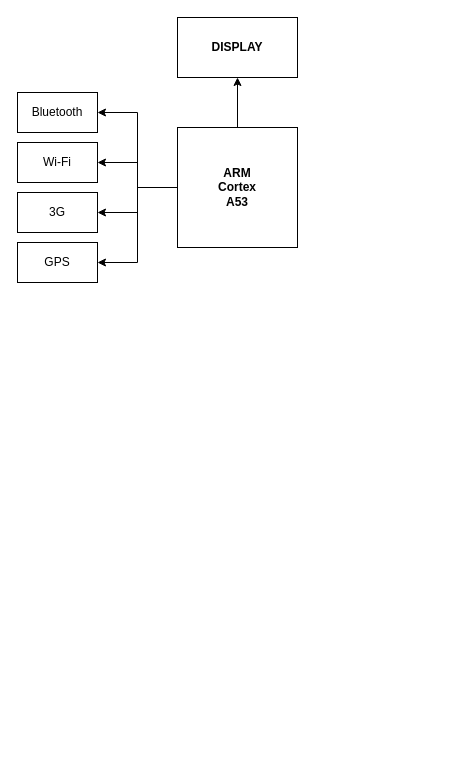
The draw.io diagram IVI.drawio in techvitamins/developer, before the edit. Source tidied: cells renumbered, new cells numbered last; positions are measured from the earlier drawing's top-left corner, leaving out a move shared by most shapes. Both pictures are drawn from the tidied source at 100%, with x=0, y=0 at pixel (17, 17).
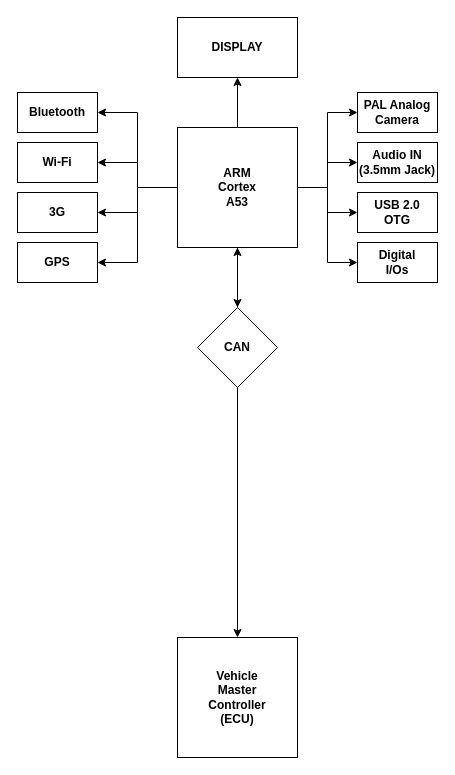
The same diagram, later.

Unchanged cells that the change refers to:
```xml
<mxCell id="7" value="&lt;b&gt;ARM&lt;br&gt;Cortex&lt;br&gt;A53&lt;/b&gt;" style="whiteSpace=wrap;html=1;" parent="1" vertex="1">
  <mxGeometry x="160" y="110" width="120" height="120" as="geometry" />
</mxCell>
```

Change to the diagram source:
```diff
@@
+    <mxCell id="13" style="edgeStyle=orthogonalEdgeStyle;rounded=0;jettySize=auto;html=1;entryX=0;entryY=0.5;entryDx=0;entryDy=0;" parent="1" edge="1" source="7" target="18">
+      <mxGeometry relative="1" as="geometry" />
+    </mxCell>
+    <mxCell id="14" style="edgeStyle=orthogonalEdgeStyle;rounded=0;jettySize=auto;html=1;entryX=0;entryY=0.5;entryDx=0;entryDy=0;" parent="1" edge="1" source="7" target="19">
+      <mxGeometry relative="1" as="geometry" />
+    </mxCell>
+    <mxCell id="15" style="edgeStyle=orthogonalEdgeStyle;rounded=0;jettySize=auto;html=1;entryX=0;entryY=0.5;entryDx=0;entryDy=0;" parent="1" edge="1" source="7" target="20">
+      <mxGeometry relative="1" as="geometry" />
+    </mxCell>
+    <mxCell id="16" style="edgeStyle=orthogonalEdgeStyle;rounded=0;jettySize=auto;html=1;entryX=0;entryY=0.5;entryDx=0;entryDy=0;" parent="1" edge="1" source="7" target="21">
+      <mxGeometry relative="1" as="geometry" />
+    </mxCell>
+    <mxCell id="17" style="edgeStyle=orthogonalEdgeStyle;rounded=0;jettySize=auto;html=1;exitX=0.5;exitY=1;exitDx=0;exitDy=0;entryX=0.5;entryY=0;entryDx=0;entryDy=0;" parent="1" edge="1" source="7" target="24">
+      <mxGeometry relative="1" as="geometry" />
+    </mxCell>
@@
-    <mxCell id="9" value="Bluetooth" style="rounded=0;whiteSpace=wrap;html=1;" parent="1" vertex="1">
+    <mxCell id="9" value="&lt;b&gt;Bluetooth&lt;/b&gt;" style="rounded=0;whiteSpace=wrap;html=1;" parent="1" vertex="1">
       <mxGeometry y="75" width="80" height="40" as="geometry" />
     </mxCell>
-    <mxCell id="10" value="Wi-Fi" style="rounded=0;whiteSpace=wrap;html=1;" parent="1" vertex="1">
+    <mxCell id="10" value="&lt;b&gt;Wi-Fi&lt;/b&gt;" style="rounded=0;whiteSpace=wrap;html=1;" parent="1" vertex="1">
       <mxGeometry y="125" width="80" height="40" as="geometry" />
     </mxCell>
-    <mxCell id="11" value="3G" style="rounded=0;whiteSpace=wrap;html=1;" parent="1" vertex="1">
+    <mxCell id="11" value="&lt;b&gt;3G&lt;/b&gt;" style="rounded=0;whiteSpace=wrap;html=1;" parent="1" vertex="1">
       <mxGeometry y="175" width="80" height="40" as="geometry" />
     </mxCell>
-    <mxCell id="12" value="GPS" style="rounded=0;whiteSpace=wrap;html=1;" parent="1" vertex="1">
+    <mxCell id="12" value="&lt;b&gt;GPS&lt;/b&gt;" style="rounded=0;whiteSpace=wrap;html=1;" parent="1" vertex="1">
       <mxGeometry y="225" width="80" height="40" as="geometry" />
     </mxCell>
+    <mxCell id="18" value="&lt;b&gt;PAL Analog&lt;br&gt;Camera&lt;/b&gt;" style="rounded=0;whiteSpace=wrap;html=1;" parent="1" vertex="1">
+      <mxGeometry x="340" y="75" width="80" height="40" as="geometry" />
+    </mxCell>
+    <mxCell id="19" value="Audio IN&lt;br&gt;(3.5mm Jack)" style="rounded=0;whiteSpace=wrap;html=1;fontStyle=1;" parent="1" vertex="1">
+      <mxGeometry x="340" y="125" width="80" height="40" as="geometry" />
+    </mxCell>
+    <mxCell id="20" value="USB 2.0&lt;br&gt;OTG" style="rounded=0;whiteSpace=wrap;html=1;fontStyle=1;" parent="1" vertex="1">
+      <mxGeometry x="340" y="175" width="80" height="40" as="geometry" />
+    </mxCell>
+    <mxCell id="21" value="&lt;b&gt;Digital&lt;br&gt;I/Os&lt;/b&gt;" style="rounded=0;whiteSpace=wrap;html=1;" parent="1" vertex="1">
+      <mxGeometry x="340" y="225" width="80" height="40" as="geometry" />
+    </mxCell>
+    <mxCell id="22" style="edgeStyle=orthogonalEdgeStyle;rounded=0;jettySize=auto;html=1;exitX=0.5;exitY=0;exitDx=0;exitDy=0;entryX=0.5;entryY=1;entryDx=0;entryDy=0;" parent="1" edge="1" source="24" target="7">
+      <mxGeometry relative="1" as="geometry" />
+    </mxCell>
+    <mxCell id="23" style="edgeStyle=orthogonalEdgeStyle;rounded=0;jettySize=auto;html=1;entryX=0.5;entryY=0;entryDx=0;entryDy=0;" parent="1" edge="1" source="24" target="25">
+      <mxGeometry relative="1" as="geometry" />
+    </mxCell>
+    <mxCell id="24" value="&lt;b&gt;CAN&lt;/b&gt;" style="rhombus;whiteSpace=wrap;html=1;" parent="1" vertex="1">
+      <mxGeometry x="180" y="290" width="80" height="80" as="geometry" />
+    </mxCell>
+    <mxCell id="25" value="&lt;b&gt;Vehicle&lt;br&gt;Master&lt;br&gt;Controller&lt;br&gt;(ECU)&lt;br&gt;&lt;/b&gt;" style="whiteSpace=wrap;html=1;" parent="1" vertex="1">
+      <mxGeometry x="160" y="620" width="120" height="120" as="geometry" />
+    </mxCell>
```
